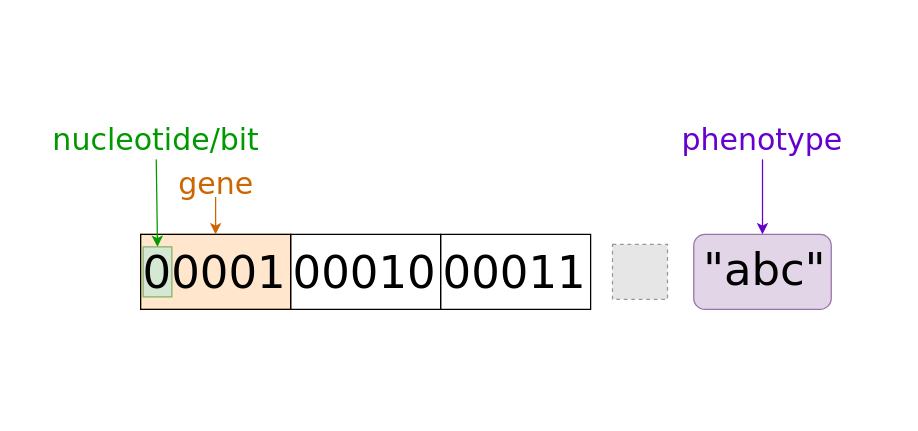
Above: src/images/blog/genetic_algorithm/chromosome_explanation.drawio in SlimTim10/slimtim10.github.io (draw.io), before the change. Source tidied: cells renumbered, new cells numbered last; positions are measured from the earlier drawing's top-left corner, leaving out a move shared by most shapes. Both pictures are drawn from the tidied source at 125%, with x=0, y=0 at pixel (21, 121). Pictures stored in the file or linked from it are replaced by grey dashed boxes.
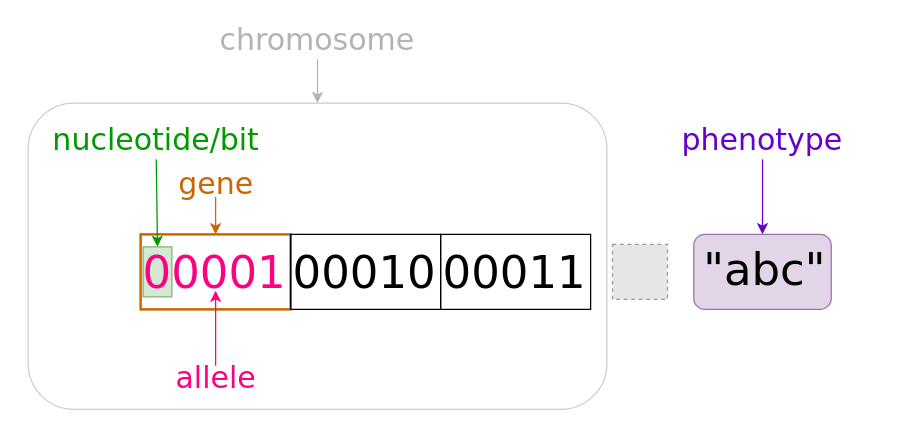
Above is the later version.

Diff of the diagram source:
```diff
@@
-    <mxCell id="2" style="rounded=0;whiteSpace=wrap;html=1;fillColor=#ffe6cc;strokeColor=#d79b00;" parent="1" vertex="1">
-      <mxGeometry x="95" y="90" width="120" height="60" as="geometry" />
-    </mxCell>
@@
-    <mxCell id="4" value="&lt;font style=&quot;font-size: 36px;&quot; face=&quot;Verdana&quot;&gt;00001&lt;/font&gt;" style="text;html=1;strokeColor=default;fillColor=none;align=left;verticalAlign=middle;whiteSpace=wrap;rounded=0;" parent="1" vertex="1">
+    <mxCell id="4" value="&lt;font style=&quot;font-size: 36px;&quot; face=&quot;Verdana&quot; color=&quot;#ff0080&quot;&gt;00001&lt;/font&gt;" style="text;html=1;strokeColor=#CC6600;fillColor=none;align=left;verticalAlign=middle;whiteSpace=wrap;rounded=0;strokeWidth=2;" parent="1" vertex="1">
       <mxGeometry x="95" y="90" width="120" height="60" as="geometry" />
     </mxCell>
@@
+    <mxCell id="16" value="&lt;font style=&quot;font-size: 24px;&quot; face=&quot;Verdana&quot; color=&quot;#ff0080&quot;&gt;allele&lt;/font&gt;" style="text;html=1;strokeColor=none;fillColor=none;align=center;verticalAlign=middle;whiteSpace=wrap;rounded=0;" parent="1" vertex="1">
+      <mxGeometry x="117.5" y="195" width="75" height="20" as="geometry" />
+    </mxCell>
+    <mxCell id="17" style="endArrow=classic;html=1;rounded=0;strokeColor=#FF0080;exitX=0.5;exitY=0;exitDx=0;exitDy=0;" parent="1" edge="1">
+      <mxGeometry relative="1" as="geometry">
+        <mxPoint x="155" y="195" as="sourcePoint" />
+        <mxPoint x="155" y="135" as="targetPoint" />
+      </mxGeometry>
+    </mxCell>
+    <mxCell id="18" style="rounded=1;whiteSpace=wrap;html=1;fillColor=none;strokeColor=#CCCCCC;glass=0;shadow=0;strokeWidth=1;" parent="1" vertex="1">
+      <mxGeometry x="5" y="-15" width="463" height="245" as="geometry" />
+    </mxCell>
+    <mxCell id="19" value="&lt;font style=&quot;font-size: 24px;&quot; face=&quot;Verdana&quot; color=&quot;#b3b3b3&quot;&gt;chromosome&lt;/font&gt;" style="text;html=1;strokeColor=none;fillColor=none;align=center;verticalAlign=middle;whiteSpace=wrap;rounded=0;" parent="1" vertex="1">
+      <mxGeometry x="129" y="-80" width="215" height="30" as="geometry" />
+    </mxCell>
+    <mxCell id="20" style="endArrow=classic;html=1;rounded=0;strokeColor=#B3B3B3;entryX=0.5;entryY=0;entryDx=0;entryDy=0;exitX=0.5;exitY=1;exitDx=0;exitDy=0;" parent="1" edge="1" source="19" target="18">
+      <mxGeometry relative="1" as="geometry" />
+    </mxCell>
```
